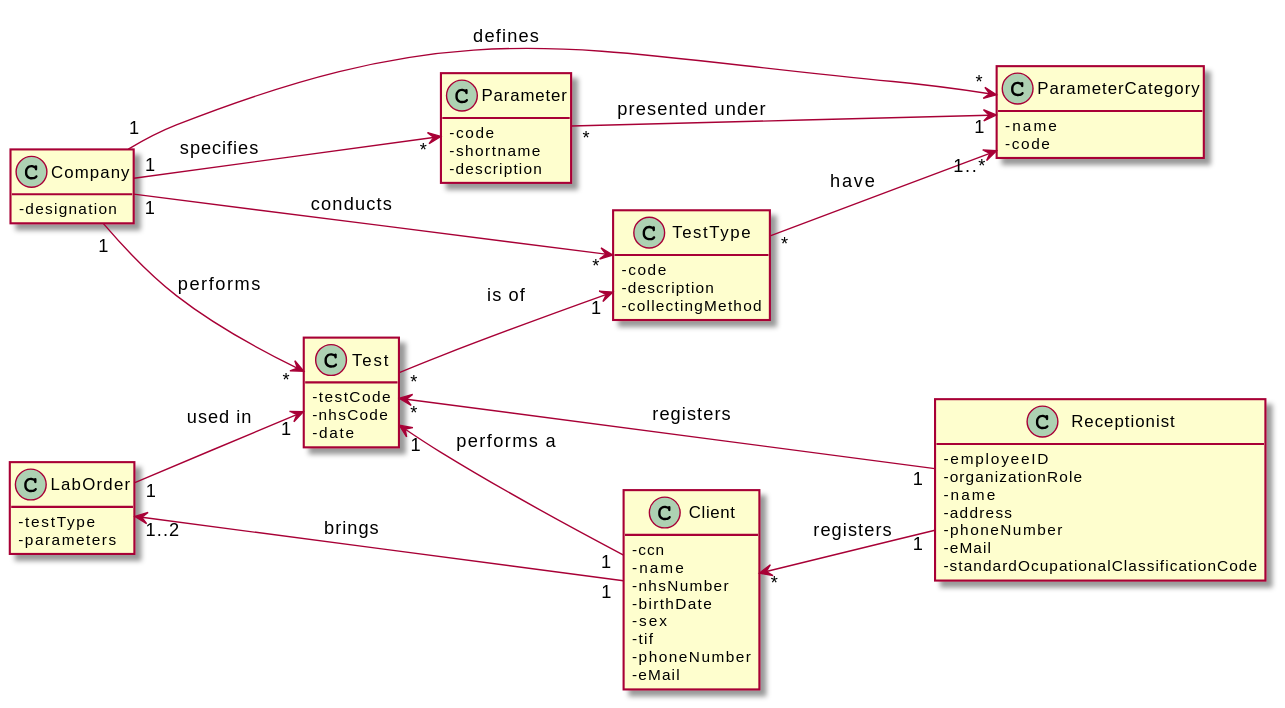
RuiRioPina/LAPR2-20-21 keeps this PlantUML diagram as docs/SprintC/US_4/US4_MD.svg. Above is the earlier version.
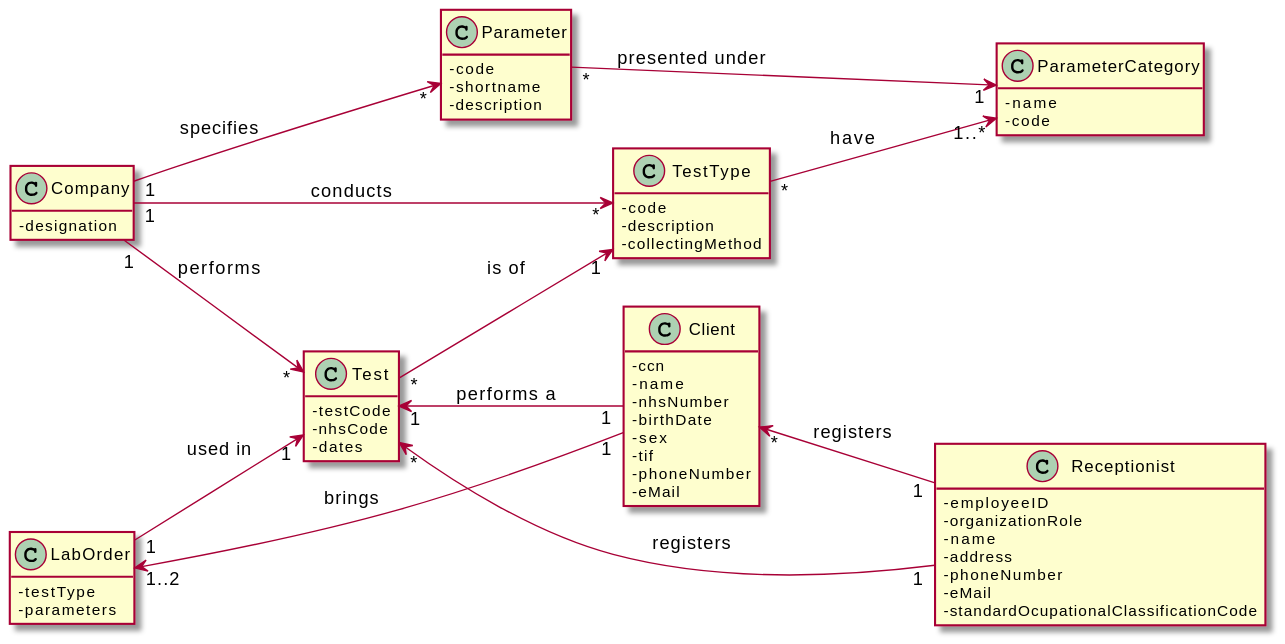
Above is the later version.

Commit message:
Requirements Engineering and OO Analysis update. [US-4]

What changed in the source:
```diff
@@ -16,7 +16,7 @@
 class Test {
 -testCode
 -nhsCode
--date
+-dates
 }
 
 class ParameterCategory {
@@ -55,7 +55,6 @@
  -description
 }
 Company "1" --> "*" TestType : conducts
-Company "1" --> "*" ParameterCategory : defines
 Test "*" --> "1" TestType : is of
 Company "1" --> "*" Test : performs
 TestType "*" --> "1..*" ParameterCategory : have
```
